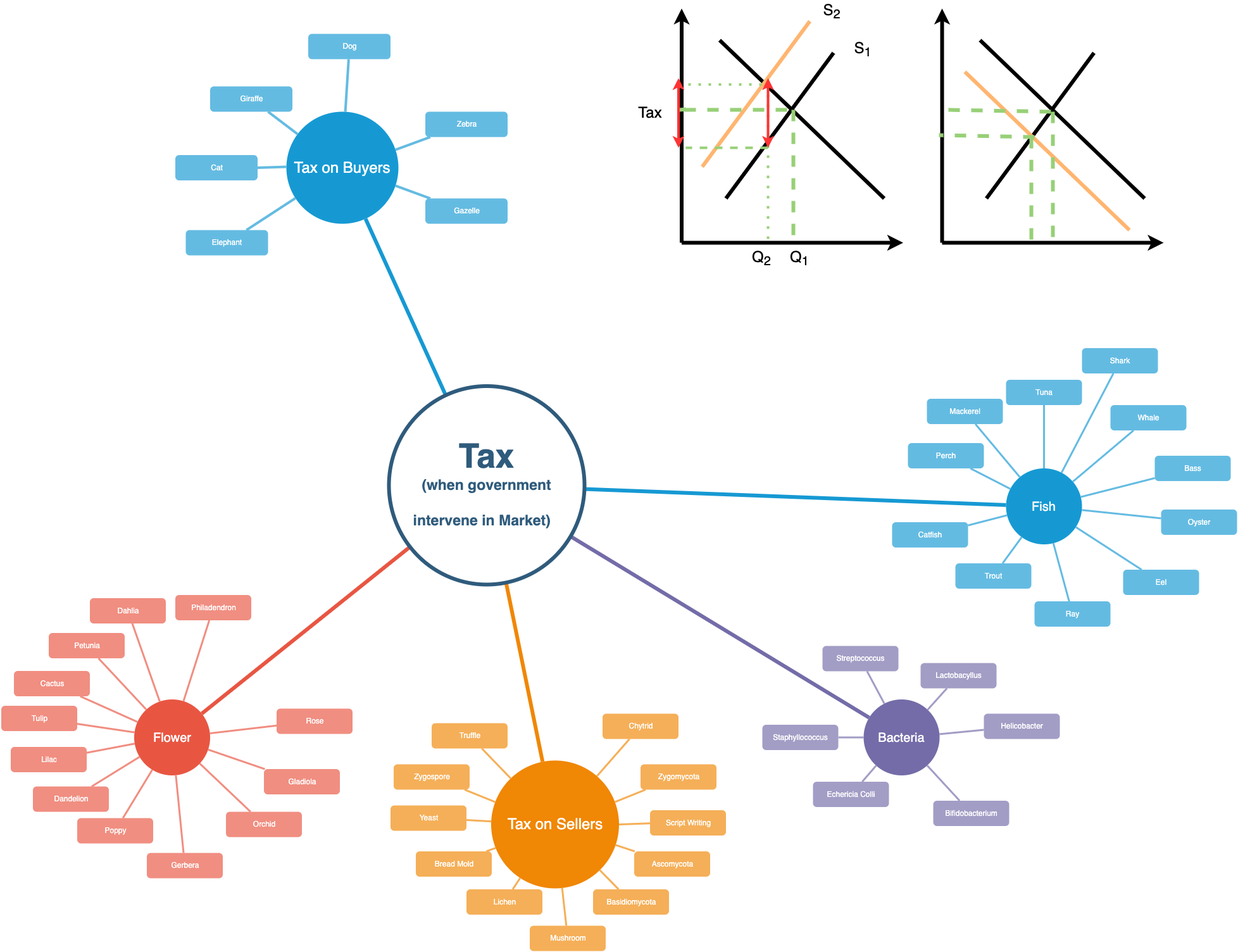
Earlier version of the draw.io export Tax.png (Linglei1226/Data_Science). Source tidied: cells renumbered, new cells last; positions are measured from the earlier drawing's top-left corner, leaving out a move shared by most shapes.
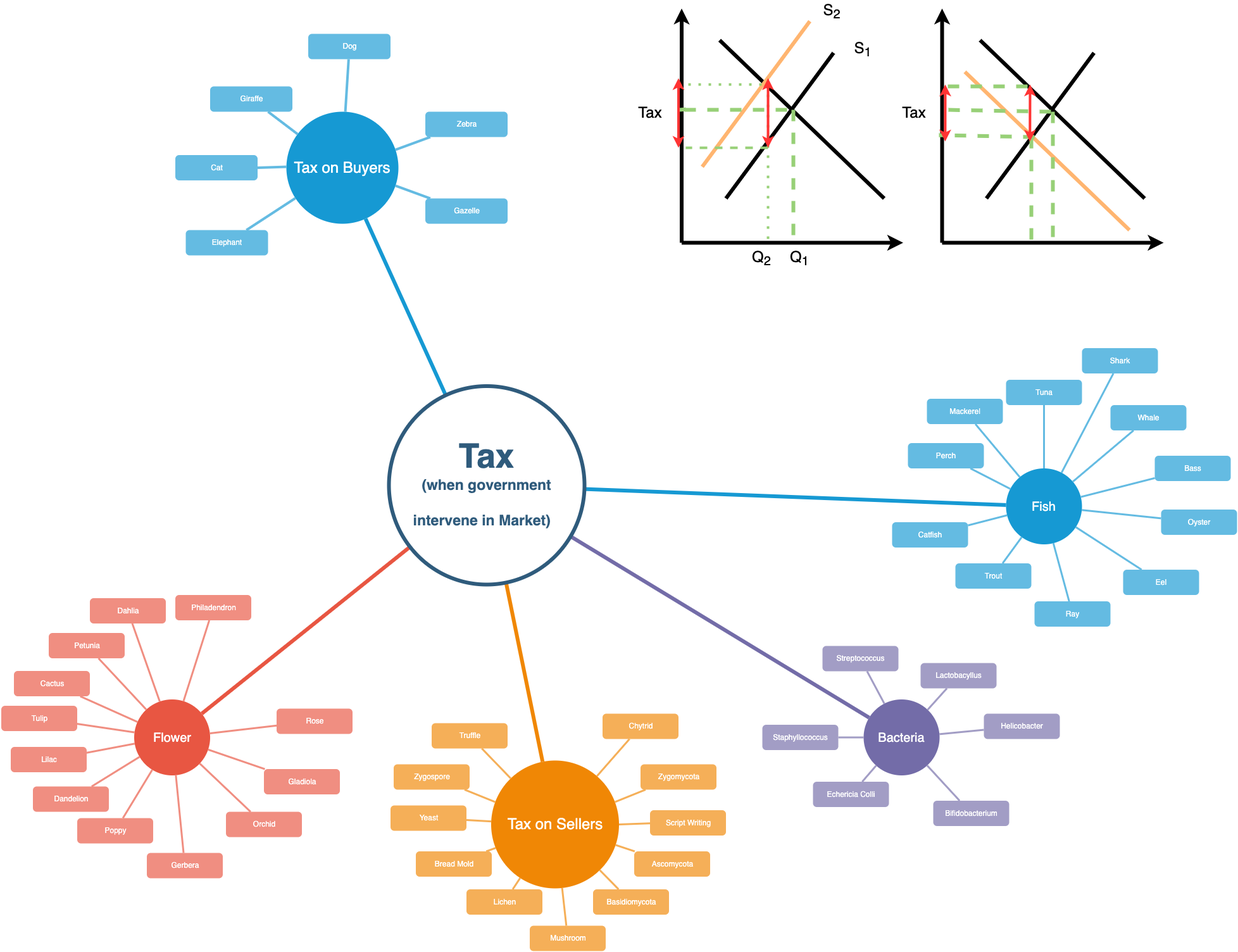
Above is the later version.

What changed in the source:
```diff
@@ -464,5 +464,26 @@
     <mxCell id="132" value="Q&lt;sub&gt;1&lt;/sub&gt;" style="text;html=1;strokeColor=none;fillColor=none;align=center;verticalAlign=middle;whiteSpace=wrap;rounded=0;strokeWidth=6;fontSize=24;" parent="1" vertex="1">
       <mxGeometry x="1232" y="390" width="60" height="30" as="geometry" />
     </mxCell>
+    <mxCell id="133" style="endArrow=classic;startArrow=classic;html=1;rounded=0;strokeColor=#FF3333;strokeWidth=4;fontSize=24;" parent="1" edge="1">
+      <mxGeometry relative="1" as="geometry">
+        <mxPoint x="1626" y="130" as="sourcePoint" />
+        <mxPoint x="1625.8" y="220" as="targetPoint" />
+      </mxGeometry>
+    </mxCell>
+    <mxCell id="134" style="endArrow=classic;startArrow=classic;html=1;rounded=0;strokeColor=#FF3333;strokeWidth=4;fontSize=24;" parent="1" edge="1">
+      <mxGeometry relative="1" as="geometry">
+        <mxPoint x="1492" y="130" as="sourcePoint" />
+        <mxPoint x="1491.9" y="220" as="targetPoint" />
+      </mxGeometry>
+    </mxCell>
+    <mxCell id="135" value="Tax" style="text;html=1;strokeColor=none;fillColor=none;align=center;verticalAlign=middle;whiteSpace=wrap;rounded=0;strokeWidth=6;fontSize=24;" parent="1" vertex="1">
+      <mxGeometry x="1413" y="160" width="60" height="30" as="geometry" />
+    </mxCell>
+    <mxCell id="136" style="endArrow=none;dashed=1;html=1;rounded=0;strokeColor=#97D077;strokeWidth=6;fontSize=24;" parent="1" edge="1">
+      <mxGeometry relative="1" as="geometry">
+        <mxPoint x="1622" y="133" as="sourcePoint" />
+        <mxPoint x="1492.5" y="133" as="targetPoint" />
+      </mxGeometry>
+    </mxCell>
   </root>
 </mxGraphModel>
```
